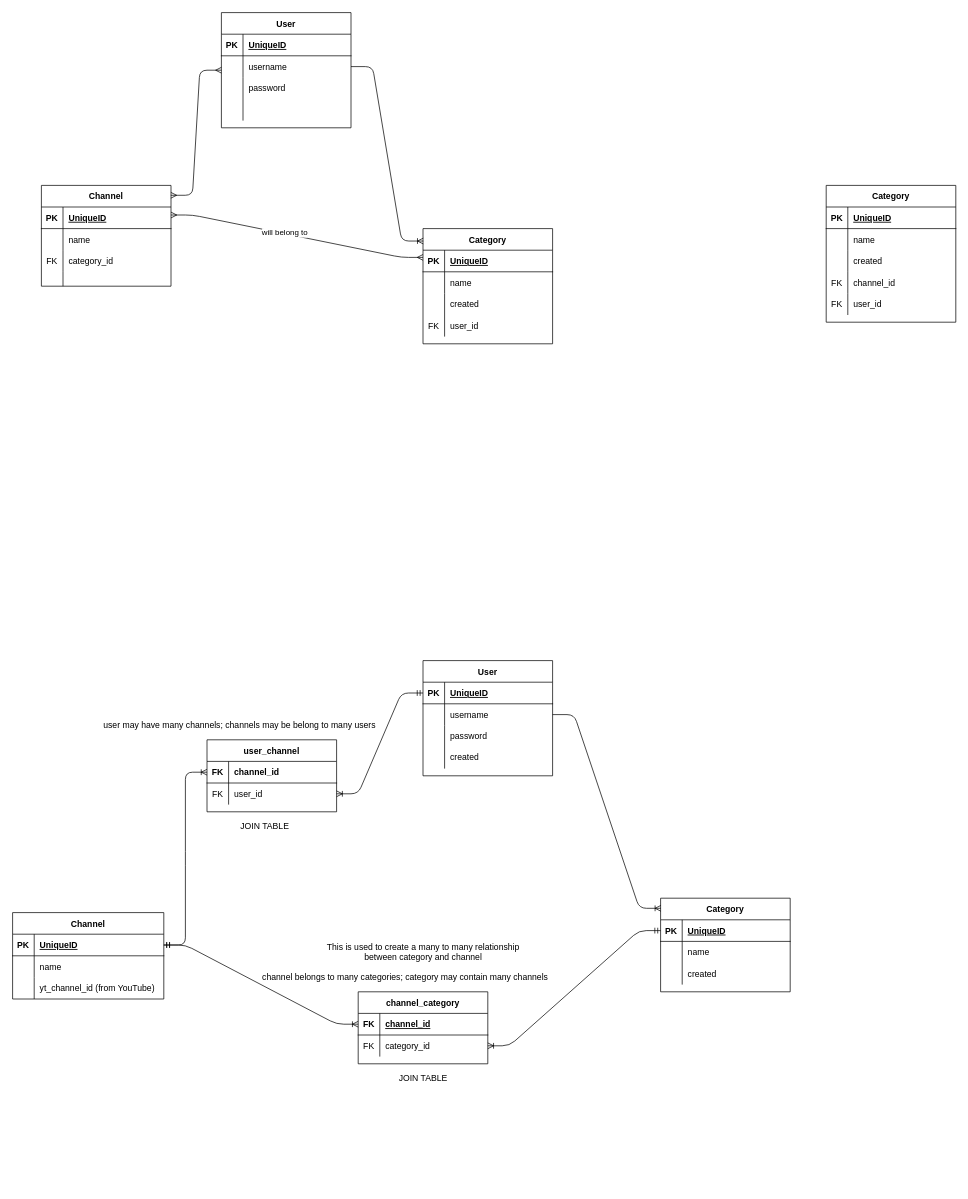
Before: YG DB.drawio in miguellealw/Web-Room, a draw.io diagram. Source tidied: cells renumbered, new cells numbered last; positions are measured from the earlier drawing's top-left corner, leaving out a move shared by most shapes. Both pictures are drawn from the tidied source at 72%, with x=0, y=0 at pixel (12, 12).
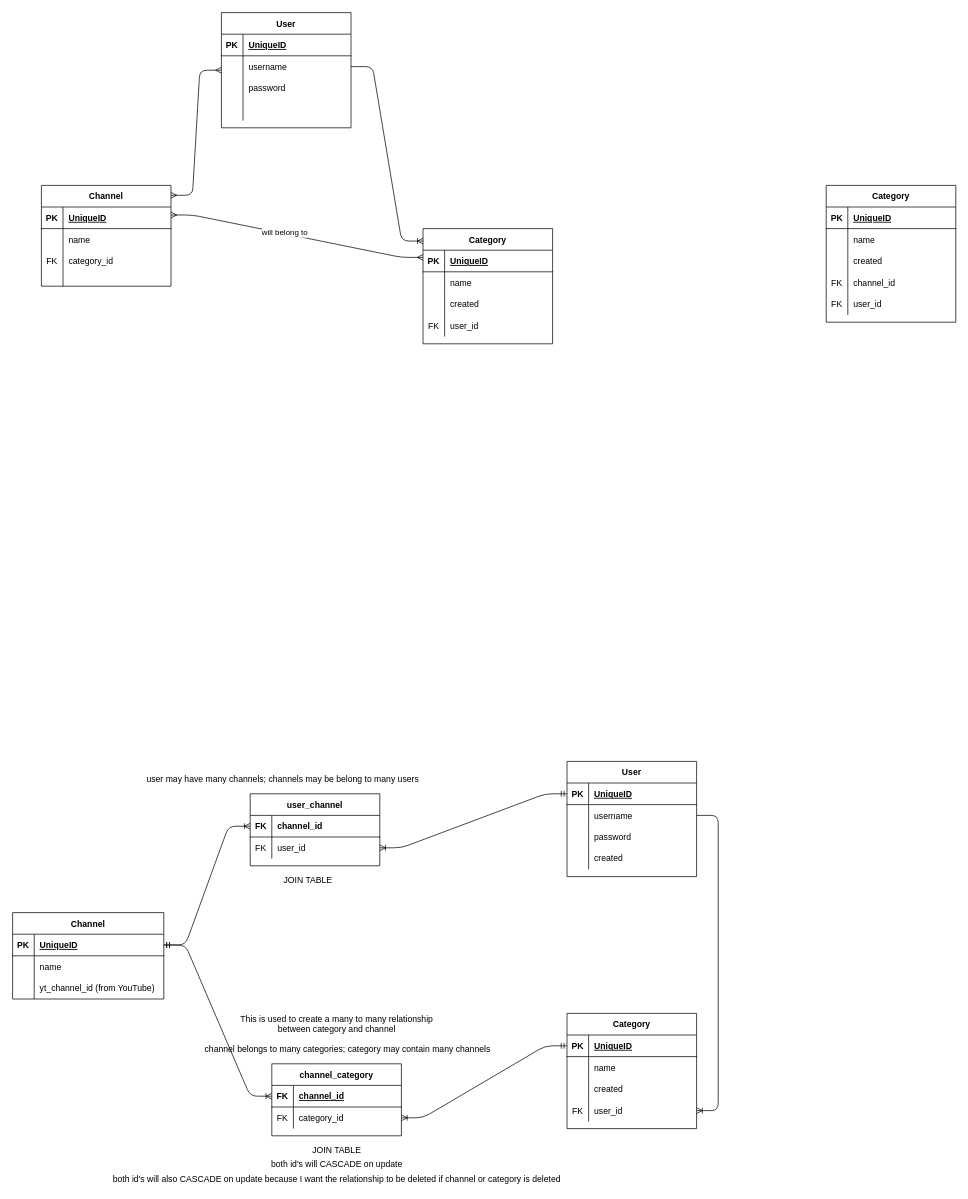
Above is the later version.

Unchanged cells that the change refers to:
```xml
<mxCell id="85" style="shape=partialRectangle;fillColor=none;top=0;left=0;bottom=0;right=0;points=[[0,0.5],[1,0.5]];portConstraint=eastwest;" parent="81" vertex="1">
  <mxGeometry y="60" width="180" height="30" as="geometry" />
</mxCell>
```

The edit, as a diff of the source:
```diff
@@
     <mxCell id="71" value="Category" style="shape=table;startSize=30;childLayout=tableLayout;rowLines=0;fontStyle=1;align=center;" parent="1" vertex="1">
-      <mxGeometry x="900" y="1230" width="180" height="130" as="geometry" />
+      <mxGeometry x="770" y="1390" width="180" height="160" as="geometry" />
     </mxCell>
@@
+    <mxCell id="118" style="shape=partialRectangle;fillColor=none;top=0;left=0;bottom=0;right=0;points=[[0,0.5],[1,0.5]];portConstraint=eastwest;" parent="71" vertex="1">
+      <mxGeometry y="120" width="180" height="30" as="geometry" />
+    </mxCell>
+    <mxCell id="119" value="FK" style="shape=partialRectangle;fillColor=none;top=0;left=0;bottom=0;right=0;fontStyle=0;overflow=hidden;" parent="118" vertex="1">
+      <mxGeometry width="30" height="30" as="geometry" />
+    </mxCell>
+    <mxCell id="120" value="user_id" style="shape=partialRectangle;fillColor=none;top=0;left=0;bottom=0;right=0;align=left;spacingLeft=6;fontStyle=0;overflow=hidden;" parent="118" vertex="1">
+      <mxGeometry x="30" width="150" height="30" as="geometry" />
+    </mxCell>
     <mxCell id="81" value="User" style="shape=table;startSize=30;childLayout=tableLayout;rowLines=0;fontStyle=1;align=center;" parent="1" vertex="1">
-      <mxGeometry x="570" y="900" width="180" height="160" as="geometry" />
+      <mxGeometry x="770" y="1040" width="180" height="160" as="geometry" />
     </mxCell>
@@
-    <mxCell id="94" style="edgeStyle=entityRelationEdgeStyle;fontSize=12;html=1;endArrow=ERoneToMany;exitX=1;exitY=0.5;exitDx=0;exitDy=0;entryX=0.002;entryY=0.108;entryDx=0;entryDy=0;entryPerimeter=0;" parent="1" edge="1" source="85" target="71">
+    <mxCell id="94" style="edgeStyle=entityRelationEdgeStyle;fontSize=12;html=1;endArrow=ERoneToMany;exitX=1;exitY=0.5;exitDx=0;exitDy=0;entryX=1;entryY=0.5;entryDx=0;entryDy=0;" parent="1" edge="1" source="85" target="118">
       <mxGeometry relative="1" as="geometry" />
     </mxCell>
     <mxCell id="95" value="user_channel" style="shape=table;startSize=30;childLayout=tableLayout;rowLines=0;fontStyle=1;align=center;" parent="1" vertex="1">
-      <mxGeometry x="270" y="1010" width="180" height="100" as="geometry" />
+      <mxGeometry x="330" y="1085" width="180" height="100" as="geometry" />
     </mxCell>
@@
     <mxCell id="102" value="channel_category" style="shape=table;startSize=30;childLayout=tableLayout;rowLines=0;fontStyle=1;align=center;" parent="1" vertex="1">
-      <mxGeometry x="480" y="1360" width="180" height="100" as="geometry" />
+      <mxGeometry x="360" y="1460" width="180" height="100" as="geometry" />
     </mxCell>
@@
     <mxCell id="111" value="channel belongs to many categories; category may contain many channels" style="text;html=1;align=center;verticalAlign=middle;" parent="1" vertex="1">
-      <mxGeometry x="340" y="1330" width="410" height="20" as="geometry" />
+      <mxGeometry x="260" y="1430" width="410" height="20" as="geometry" />
     </mxCell>
@@
     <mxCell id="114" value="JOIN TABLE" style="text;html=1;align=center;verticalAlign=middle;" parent="1" vertex="1">
-      <mxGeometry x="530" y="1470" width="80" height="20" as="geometry" />
+      <mxGeometry x="410" y="1570" width="80" height="20" as="geometry" />
     </mxCell>
     <mxCell id="115" value="JOIN TABLE" style="text;html=1;align=center;verticalAlign=middle;" parent="1" vertex="1">
-      <mxGeometry x="310" y="1120" width="80" height="20" as="geometry" />
+      <mxGeometry x="370" y="1195" width="80" height="20" as="geometry" />
     </mxCell>
     <mxCell id="116" value="This is used to create a many to many relationship&lt;br&gt;between category and channel" style="text;html=1;align=center;verticalAlign=middle;" parent="1" vertex="1">
-      <mxGeometry x="430" y="1290" width="280" height="30" as="geometry" />
+      <mxGeometry x="310" y="1390" width="280" height="30" as="geometry" />
     </mxCell>
     <mxCell id="117" value="user may have many channels; channels may be belong to many users" style="text;html=1;align=center;verticalAlign=middle;" parent="1" vertex="1">
-      <mxGeometry x="120" y="980" width="390" height="20" as="geometry" />
+      <mxGeometry x="180" y="1055" width="390" height="20" as="geometry" />
     </mxCell>
+    <mxCell id="121" value="both id's will CASCADE on update&lt;br&gt;" style="text;html=1;align=center;verticalAlign=middle;" parent="1" vertex="1">
+      <mxGeometry x="350" y="1590" width="200" height="20" as="geometry" />
+    </mxCell>
+    <mxCell id="122" value="both id's will also CASCADE on update because I want the relationship to be deleted if channel or category is deleted" style="text;html=1;align=center;verticalAlign=middle;" parent="1" vertex="1">
+      <mxGeometry x="130" y="1610" width="640" height="20" as="geometry" />
+    </mxCell>
```
